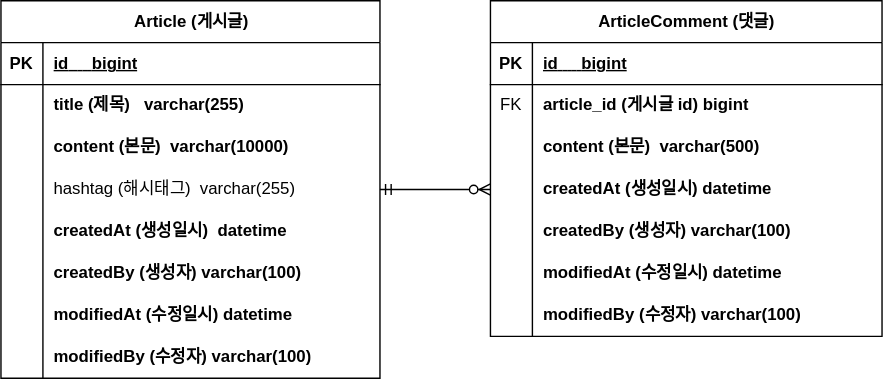
Above: document/board-project-erd.svg in hyojunnii/fastcampus-board-project (draw.io), before the change. Source tidied: cells renumbered, new cells last; positions are measured from the earlier drawing's top-left corner, leaving out a move shared by most shapes.
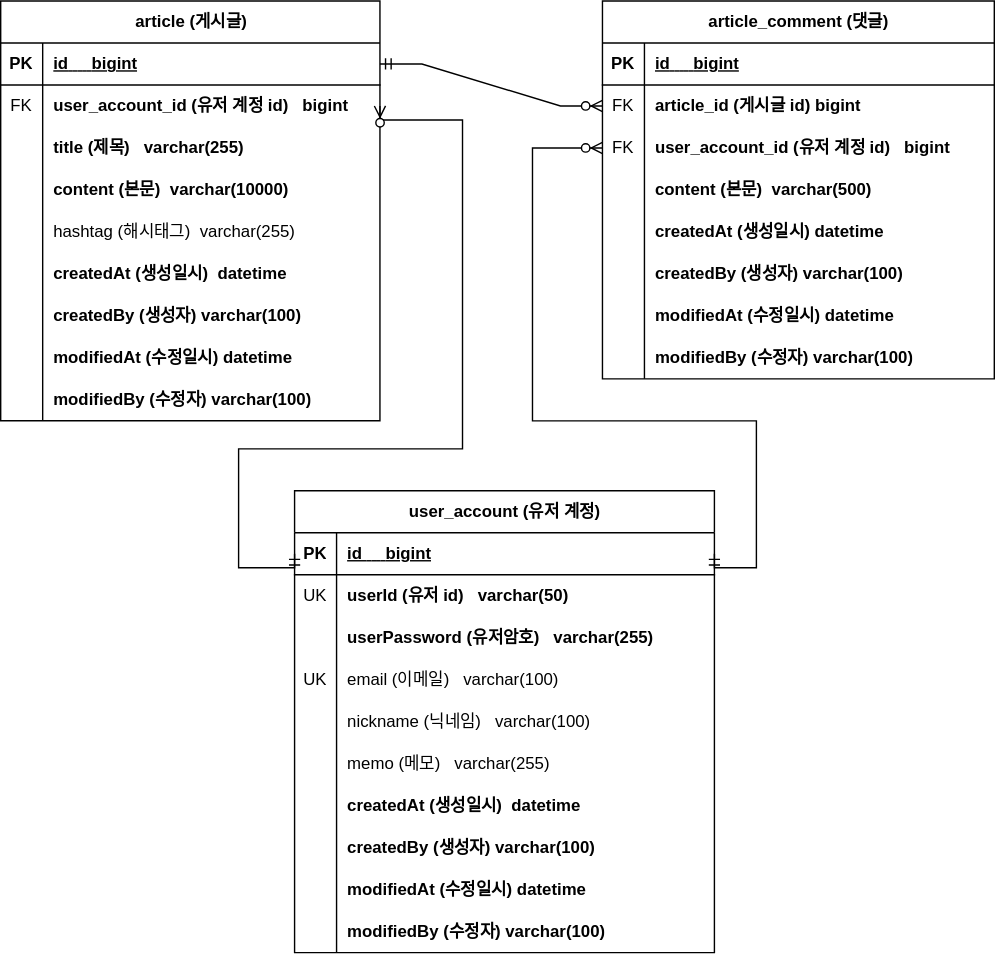
After the change.

Commit message:
#33 - erd 업데이트: 회원 계정 도메인 추가

Diff of the diagram source:
```diff
@@ -4,4 +4,4 @@
     <mxCell id="1" parent="0" />
-    <mxCell id="2" value="Article (게시글)" style="shape=table;startSize=30;rowLines=0;fontStyle=1;align=center;html=1;" parent="1" vertex="1">
-      <mxGeometry width="271" height="270" as="geometry" />
+    <mxCell id="2" value="article (게시글)" style="shape=table;startSize=30;rowLines=0;fontStyle=1;align=center;html=1;" parent="1" vertex="1">
+      <mxGeometry x="20" y="-160" width="271" height="300" as="geometry" />
     </mxCell>
@@ -19,10 +19,19 @@
     </mxCell>
-    <mxCell id="7" style="shape=partialRectangle;fillColor=none;top=0;left=0;bottom=0;right=0;overflow=hidden;whiteSpace=wrap;html=1;" parent="6" vertex="1">
+    <mxCell id="7" value="FK" style="shape=partialRectangle;fillColor=none;top=0;left=0;bottom=0;right=0;overflow=hidden;whiteSpace=wrap;html=1;" parent="6" vertex="1">
       <mxGeometry width="30" height="30" as="geometry" />
     </mxCell>
-    <mxCell id="8" value="title (제목)&lt;span style=&quot;white-space: pre;&quot;&gt; &lt;span style=&quot;white-space: pre;&quot;&gt; &lt;span style=&quot;white-space: pre;&quot;&gt; &lt;/span&gt;&lt;/span&gt;&lt;/span&gt;varchar(255)" style="shape=partialRectangle;fillColor=none;top=0;left=0;bottom=0;right=0;align=left;spacingLeft=6;overflow=hidden;whiteSpace=wrap;html=1;fontStyle=1;" parent="6" vertex="1">
+    <mxCell id="8" value="user_account_id (유저 계정 id)&amp;nbsp; &amp;nbsp;bigint" style="shape=partialRectangle;fillColor=none;top=0;left=0;bottom=0;right=0;align=left;spacingLeft=6;overflow=hidden;whiteSpace=wrap;html=1;fontStyle=1;" parent="6" vertex="1">
       <mxGeometry x="30" width="241" height="30" as="geometry" />
     </mxCell>
+    <mxCell id="50" style="shape=tableRow;horizontal=0;startSize=0;swimlaneHead=0;swimlaneBody=0;fillColor=none;top=0;left=0;right=0;bottom=0;" parent="2" vertex="1">
+      <mxGeometry y="90" width="271" height="30" as="geometry" />
+    </mxCell>
+    <mxCell id="51" style="shape=partialRectangle;fillColor=none;top=0;left=0;bottom=0;right=0;overflow=hidden;whiteSpace=wrap;html=1;" parent="50" vertex="1">
+      <mxGeometry width="30" height="30" as="geometry" />
+    </mxCell>
+    <mxCell id="52" value="title (제목)&lt;span style=&quot;white-space: pre;&quot;&gt; &lt;span style=&quot;white-space: pre;&quot;&gt; &lt;span style=&quot;white-space: pre;&quot;&gt; &lt;/span&gt;&lt;/span&gt;&lt;/span&gt;varchar(255)" style="shape=partialRectangle;fillColor=none;top=0;left=0;bottom=0;right=0;align=left;spacingLeft=6;overflow=hidden;whiteSpace=wrap;html=1;fontStyle=1;" parent="50" vertex="1">
+      <mxGeometry x="30" width="241" height="30" as="geometry" />
+    </mxCell>
     <mxCell id="9" style="shape=tableRow;horizontal=0;startSize=0;swimlaneHead=0;swimlaneBody=0;fillColor=none;top=0;left=0;right=0;bottom=0;" parent="2" vertex="1">
-      <mxGeometry y="90" width="271" height="30" as="geometry" />
+      <mxGeometry y="120" width="271" height="30" as="geometry" />
     </mxCell>
@@ -35,3 +44,3 @@
     <mxCell id="12" style="shape=tableRow;horizontal=0;startSize=0;swimlaneHead=0;swimlaneBody=0;fillColor=none;points=[[0,0.5],[1,0.5]];portConstraint=eastwest;top=0;left=0;right=0;bottom=0;" parent="2" vertex="1">
-      <mxGeometry y="120" width="271" height="30" as="geometry" />
+      <mxGeometry y="150" width="271" height="30" as="geometry" />
     </mxCell>
@@ -44,3 +53,3 @@
     <mxCell id="15" style="shape=tableRow;horizontal=0;startSize=0;swimlaneHead=0;swimlaneBody=0;fillColor=none;top=0;left=0;right=0;bottom=0;" parent="2" vertex="1">
-      <mxGeometry y="150" width="271" height="30" as="geometry" />
+      <mxGeometry y="180" width="271" height="30" as="geometry" />
     </mxCell>
@@ -53,3 +62,3 @@
     <mxCell id="18" style="shape=tableRow;horizontal=0;startSize=0;swimlaneHead=0;swimlaneBody=0;fillColor=none;top=0;left=0;right=0;bottom=0;" parent="2" vertex="1">
-      <mxGeometry y="180" width="271" height="30" as="geometry" />
+      <mxGeometry y="210" width="271" height="30" as="geometry" />
     </mxCell>
@@ -62,3 +71,3 @@
     <mxCell id="21" style="shape=tableRow;horizontal=0;startSize=0;swimlaneHead=0;swimlaneBody=0;fillColor=none;top=0;left=0;right=0;bottom=0;" parent="2" vertex="1">
-      <mxGeometry y="210" width="271" height="30" as="geometry" />
+      <mxGeometry y="240" width="271" height="30" as="geometry" />
     </mxCell>
@@ -71,3 +80,3 @@
     <mxCell id="24" style="shape=tableRow;horizontal=0;startSize=0;swimlaneHead=0;swimlaneBody=0;fillColor=none;top=0;left=0;right=0;bottom=0;" parent="2" vertex="1">
-      <mxGeometry y="240" width="271" height="30" as="geometry" />
+      <mxGeometry y="270" width="271" height="30" as="geometry" />
     </mxCell>
@@ -79,4 +88,4 @@
     </mxCell>
-    <mxCell id="27" value="ArticleComment (댓글)" style="shape=table;startSize=30;rowLines=0;fontStyle=1;align=center;html=1;" parent="1" vertex="1">
-      <mxGeometry x="350" width="280" height="240" as="geometry" />
+    <mxCell id="27" value="article_comment (댓글)" style="shape=table;startSize=30;rowLines=0;fontStyle=1;align=center;html=1;" parent="1" vertex="1">
+      <mxGeometry x="450" y="-160" width="280" height="270" as="geometry" />
     </mxCell>
@@ -91,4 +100,13 @@
     </mxCell>
+    <mxCell id="53" style="shape=tableRow;horizontal=0;startSize=0;swimlaneHead=0;swimlaneBody=0;fillColor=none;points=[[0,0.5],[1,0.5]];portConstraint=eastwest;top=0;left=0;right=0;bottom=0;" parent="27" vertex="1">
+      <mxGeometry y="60" width="280" height="30" as="geometry" />
+    </mxCell>
+    <mxCell id="54" value="FK" style="shape=partialRectangle;fillColor=none;top=0;left=0;bottom=0;right=0;overflow=hidden;whiteSpace=wrap;html=1;" parent="53" vertex="1">
+      <mxGeometry width="30" height="30" as="geometry" />
+    </mxCell>
+    <mxCell id="55" value="article_id (게시글 id)&lt;span style=&quot;white-space: pre;&quot;&gt; &lt;/span&gt;bigint" style="shape=partialRectangle;fillColor=none;top=0;left=0;bottom=0;right=0;align=left;spacingLeft=6;overflow=hidden;whiteSpace=wrap;html=1;fontStyle=1;" parent="53" vertex="1">
+      <mxGeometry x="30" width="250" height="30" as="geometry" />
+    </mxCell>
     <mxCell id="31" style="shape=tableRow;horizontal=0;startSize=0;swimlaneHead=0;swimlaneBody=0;fillColor=none;points=[[0,0.5],[1,0.5]];portConstraint=eastwest;top=0;left=0;right=0;bottom=0;" parent="27" vertex="1">
-      <mxGeometry y="60" width="280" height="30" as="geometry" />
+      <mxGeometry y="90" width="280" height="30" as="geometry" />
     </mxCell>
@@ -97,3 +115,3 @@
     </mxCell>
-    <mxCell id="33" value="article_id (게시글 id)&lt;span style=&quot;white-space: pre;&quot;&gt; &lt;/span&gt;bigint" style="shape=partialRectangle;fillColor=none;top=0;left=0;bottom=0;right=0;align=left;spacingLeft=6;overflow=hidden;whiteSpace=wrap;html=1;fontStyle=1;" parent="31" vertex="1">
+    <mxCell id="33" value="user_account_id (유저 계정 id)&amp;nbsp; &amp;nbsp;bigint" style="shape=partialRectangle;fillColor=none;top=0;left=0;bottom=0;right=0;align=left;spacingLeft=6;overflow=hidden;whiteSpace=wrap;html=1;fontStyle=1;" parent="31" vertex="1">
       <mxGeometry x="30" width="250" height="30" as="geometry" />
@@ -101,3 +119,3 @@
     <mxCell id="34" style="shape=tableRow;horizontal=0;startSize=0;swimlaneHead=0;swimlaneBody=0;fillColor=none;top=0;left=0;right=0;bottom=0;" parent="27" vertex="1">
-      <mxGeometry y="90" width="280" height="30" as="geometry" />
+      <mxGeometry y="120" width="280" height="30" as="geometry" />
     </mxCell>
@@ -110,3 +128,3 @@
     <mxCell id="37" style="shape=tableRow;horizontal=0;startSize=0;swimlaneHead=0;swimlaneBody=0;fillColor=none;points=[[0,0.5],[1,0.5]];portConstraint=eastwest;top=0;left=0;right=0;bottom=0;" parent="27" vertex="1">
-      <mxGeometry y="120" width="280" height="30" as="geometry" />
+      <mxGeometry y="150" width="280" height="30" as="geometry" />
     </mxCell>
@@ -119,3 +137,3 @@
     <mxCell id="40" style="shape=tableRow;horizontal=0;startSize=0;swimlaneHead=0;swimlaneBody=0;fillColor=none;top=0;left=0;right=0;bottom=0;" parent="27" vertex="1">
-      <mxGeometry y="150" width="280" height="30" as="geometry" />
+      <mxGeometry y="180" width="280" height="30" as="geometry" />
     </mxCell>
@@ -128,3 +146,3 @@
     <mxCell id="43" style="shape=tableRow;horizontal=0;startSize=0;swimlaneHead=0;swimlaneBody=0;fillColor=none;top=0;left=0;right=0;bottom=0;" parent="27" vertex="1">
-      <mxGeometry y="180" width="280" height="30" as="geometry" />
+      <mxGeometry y="210" width="280" height="30" as="geometry" />
     </mxCell>
@@ -137,3 +155,3 @@
     <mxCell id="46" style="shape=tableRow;horizontal=0;startSize=0;swimlaneHead=0;swimlaneBody=0;fillColor=none;top=0;left=0;right=0;bottom=0;" parent="27" vertex="1">
-      <mxGeometry y="210" width="280" height="30" as="geometry" />
+      <mxGeometry y="240" width="280" height="30" as="geometry" />
     </mxCell>
@@ -145,5 +163,121 @@
     </mxCell>
-    <mxCell id="49" style="edgeStyle=entityRelationEdgeStyle;fontSize=12;html=1;endArrow=ERzeroToMany;startArrow=ERmandOne;rounded=0;exitX=1;exitY=0.5;exitDx=0;exitDy=0;entryX=0;entryY=0.5;entryDx=0;entryDy=0;" parent="1" edge="1" source="12" target="37">
-      <mxGeometry relative="1" as="geometry" />
-    </mxCell>
+    <mxCell id="56" value="user_account (유저 계정)" style="shape=table;startSize=30;rowLines=0;fontStyle=1;align=center;html=1;" parent="1" vertex="1">
+      <mxGeometry x="230" y="190" width="300" height="330" as="geometry" />
+    </mxCell>
+    <mxCell id="57" style="shape=tableRow;horizontal=0;startSize=0;swimlaneHead=0;swimlaneBody=0;fillColor=none;points=[[0,0.5],[1,0.5]];portConstraint=eastwest;top=0;left=0;right=0;bottom=1;" parent="56" vertex="1">
+      <mxGeometry y="30" width="300" height="30" as="geometry" />
+    </mxCell>
+    <mxCell id="58" value="PK" style="shape=partialRectangle;fillColor=none;top=0;left=0;bottom=0;right=0;fontStyle=1;overflow=hidden;whiteSpace=wrap;html=1;" parent="57" vertex="1">
+      <mxGeometry width="30" height="30" as="geometry" />
+    </mxCell>
+    <mxCell id="59" value="id&lt;span style=&quot;white-space: pre;&quot;&gt; &lt;span style=&quot;white-space: pre;&quot;&gt; &lt;/span&gt;&lt;span style=&quot;white-space: pre;&quot;&gt; &lt;/span&gt;&lt;span style=&quot;white-space: pre;&quot;&gt; &lt;/span&gt;&lt;span style=&quot;white-space: pre;&quot;&gt; &lt;/span&gt;&lt;/span&gt;bigint" style="shape=partialRectangle;fillColor=none;top=0;left=0;bottom=0;right=0;align=left;spacingLeft=6;fontStyle=5;overflow=hidden;whiteSpace=wrap;html=1;" parent="57" vertex="1">
+      <mxGeometry x="30" width="270" height="30" as="geometry" />
+    </mxCell>
+    <mxCell id="60" style="shape=tableRow;horizontal=0;startSize=0;swimlaneHead=0;swimlaneBody=0;fillColor=none;top=0;left=0;right=0;bottom=0;" parent="56" vertex="1">
+      <mxGeometry y="60" width="300" height="30" as="geometry" />
+    </mxCell>
+    <mxCell id="61" value="UK" style="shape=partialRectangle;fillColor=none;top=0;left=0;bottom=0;right=0;overflow=hidden;whiteSpace=wrap;html=1;" parent="60" vertex="1">
+      <mxGeometry width="30" height="30" as="geometry" />
+    </mxCell>
+    <mxCell id="62" value="userId (유저 id)&amp;nbsp; &amp;nbsp;varchar(50)" style="shape=partialRectangle;fillColor=none;top=0;left=0;bottom=0;right=0;align=left;spacingLeft=6;overflow=hidden;whiteSpace=wrap;html=1;fontStyle=1;" parent="60" vertex="1">
+      <mxGeometry x="30" width="270" height="30" as="geometry" />
+    </mxCell>
+    <mxCell id="63" style="shape=tableRow;horizontal=0;startSize=0;swimlaneHead=0;swimlaneBody=0;fillColor=none;top=0;left=0;right=0;bottom=0;" parent="56" vertex="1">
+      <mxGeometry y="90" width="300" height="30" as="geometry" />
+    </mxCell>
+    <mxCell id="64" style="shape=partialRectangle;fillColor=none;top=0;left=0;bottom=0;right=0;overflow=hidden;whiteSpace=wrap;html=1;" parent="63" vertex="1">
+      <mxGeometry width="30" height="30" as="geometry" />
+    </mxCell>
+    <mxCell id="65" value="userPassword (유저암호)&amp;nbsp; &amp;nbsp;varchar(255)" style="shape=partialRectangle;fillColor=none;top=0;left=0;bottom=0;right=0;align=left;spacingLeft=6;overflow=hidden;whiteSpace=wrap;html=1;fontStyle=1;" parent="63" vertex="1">
+      <mxGeometry x="30" width="270" height="30" as="geometry" />
+    </mxCell>
+    <mxCell id="66" style="shape=tableRow;horizontal=0;startSize=0;swimlaneHead=0;swimlaneBody=0;fillColor=none;top=0;left=0;right=0;bottom=0;" parent="56" vertex="1">
+      <mxGeometry y="120" width="300" height="30" as="geometry" />
+    </mxCell>
+    <mxCell id="67" value="UK" style="shape=partialRectangle;fillColor=none;top=0;left=0;bottom=0;right=0;overflow=hidden;whiteSpace=wrap;html=1;" parent="66" vertex="1">
+      <mxGeometry width="30" height="30" as="geometry" />
+    </mxCell>
+    <mxCell id="68" value="&lt;span style=&quot;font-weight: normal;&quot;&gt;email (이메일)&amp;nbsp; &amp;nbsp;varchar(100)&lt;/span&gt;" style="shape=partialRectangle;fillColor=none;top=0;left=0;bottom=0;right=0;align=left;spacingLeft=6;overflow=hidden;whiteSpace=wrap;html=1;fontStyle=1;" parent="66" vertex="1">
+      <mxGeometry x="30" width="270" height="30" as="geometry" />
+    </mxCell>
+    <mxCell id="69" style="shape=tableRow;horizontal=0;startSize=0;swimlaneHead=0;swimlaneBody=0;fillColor=none;top=0;left=0;right=0;bottom=0;" parent="56" vertex="1">
+      <mxGeometry y="150" width="300" height="30" as="geometry" />
+    </mxCell>
+    <mxCell id="70" style="shape=partialRectangle;fillColor=none;top=0;left=0;bottom=0;right=0;overflow=hidden;whiteSpace=wrap;html=1;" parent="69" vertex="1">
+      <mxGeometry width="30" height="30" as="geometry" />
+    </mxCell>
+    <mxCell id="71" value="nickname (닉네임)&amp;nbsp; &amp;nbsp;varchar(100)" style="shape=partialRectangle;fillColor=none;top=0;left=0;bottom=0;right=0;align=left;spacingLeft=6;overflow=hidden;whiteSpace=wrap;html=1;" parent="69" vertex="1">
+      <mxGeometry x="30" width="270" height="30" as="geometry" />
+    </mxCell>
+    <mxCell id="72" style="shape=tableRow;horizontal=0;startSize=0;swimlaneHead=0;swimlaneBody=0;fillColor=none;top=0;left=0;right=0;bottom=0;" parent="56" vertex="1">
+      <mxGeometry y="180" width="300" height="30" as="geometry" />
+    </mxCell>
+    <mxCell id="73" style="shape=partialRectangle;fillColor=none;top=0;left=0;bottom=0;right=0;overflow=hidden;whiteSpace=wrap;html=1;" parent="72" vertex="1">
+      <mxGeometry width="30" height="30" as="geometry" />
+    </mxCell>
+    <mxCell id="74" value="memo (메모)&amp;nbsp; &amp;nbsp;varchar(255)" style="shape=partialRectangle;fillColor=none;top=0;left=0;bottom=0;right=0;align=left;spacingLeft=6;overflow=hidden;whiteSpace=wrap;html=1;" parent="72" vertex="1">
+      <mxGeometry x="30" width="270" height="30" as="geometry" />
+    </mxCell>
+    <mxCell id="75" style="shape=tableRow;horizontal=0;startSize=0;swimlaneHead=0;swimlaneBody=0;fillColor=none;top=0;left=0;right=0;bottom=0;" parent="56" vertex="1">
+      <mxGeometry y="210" width="300" height="30" as="geometry" />
+    </mxCell>
+    <mxCell id="76" style="shape=partialRectangle;fillColor=none;top=0;left=0;bottom=0;right=0;overflow=hidden;whiteSpace=wrap;html=1;" parent="75" vertex="1">
+      <mxGeometry width="30" height="30" as="geometry" />
+    </mxCell>
+    <mxCell id="77" value="createdAt (생성일시)&amp;nbsp;&lt;span style=&quot;white-space: pre;&quot;&gt; &lt;/span&gt;datetime" style="shape=partialRectangle;fillColor=none;top=0;left=0;bottom=0;right=0;align=left;spacingLeft=6;overflow=hidden;whiteSpace=wrap;html=1;fontStyle=1;" parent="75" vertex="1">
+      <mxGeometry x="30" width="270" height="30" as="geometry" />
+    </mxCell>
+    <mxCell id="78" style="shape=tableRow;horizontal=0;startSize=0;swimlaneHead=0;swimlaneBody=0;fillColor=none;top=0;left=0;right=0;bottom=0;" parent="56" vertex="1">
+      <mxGeometry y="240" width="300" height="30" as="geometry" />
+    </mxCell>
+    <mxCell id="79" style="shape=partialRectangle;fillColor=none;top=0;left=0;bottom=0;right=0;overflow=hidden;whiteSpace=wrap;html=1;" parent="78" vertex="1">
+      <mxGeometry width="30" height="30" as="geometry" />
+    </mxCell>
+    <mxCell id="80" value="createdBy (생성자)&lt;span style=&quot;white-space: pre;&quot;&gt; &lt;/span&gt;varchar(100)" style="shape=partialRectangle;fillColor=none;top=0;left=0;bottom=0;right=0;align=left;spacingLeft=6;overflow=hidden;whiteSpace=wrap;html=1;fontStyle=1;" parent="78" vertex="1">
+      <mxGeometry x="30" width="270" height="30" as="geometry" />
+    </mxCell>
+    <mxCell id="81" style="shape=tableRow;horizontal=0;startSize=0;swimlaneHead=0;swimlaneBody=0;fillColor=none;top=0;left=0;right=0;bottom=0;" parent="56" vertex="1">
+      <mxGeometry y="270" width="300" height="30" as="geometry" />
+    </mxCell>
+    <mxCell id="82" style="shape=partialRectangle;fillColor=none;top=0;left=0;bottom=0;right=0;overflow=hidden;whiteSpace=wrap;html=1;" parent="81" vertex="1">
+      <mxGeometry width="30" height="30" as="geometry" />
+    </mxCell>
+    <mxCell id="83" value="modifiedAt (수정일시)&lt;span style=&quot;white-space: pre;&quot;&gt; &lt;/span&gt;datetime" style="shape=partialRectangle;fillColor=none;top=0;left=0;bottom=0;right=0;align=left;spacingLeft=6;overflow=hidden;whiteSpace=wrap;html=1;fontStyle=1;" parent="81" vertex="1">
+      <mxGeometry x="30" width="270" height="30" as="geometry" />
+    </mxCell>
+    <mxCell id="84" style="shape=tableRow;horizontal=0;startSize=0;swimlaneHead=0;swimlaneBody=0;fillColor=none;top=0;left=0;right=0;bottom=0;" parent="56" vertex="1">
+      <mxGeometry y="300" width="300" height="30" as="geometry" />
+    </mxCell>
+    <mxCell id="85" style="shape=partialRectangle;fillColor=none;top=0;left=0;bottom=0;right=0;overflow=hidden;whiteSpace=wrap;html=1;" parent="84" vertex="1">
+      <mxGeometry width="30" height="30" as="geometry" />
+    </mxCell>
+    <mxCell id="86" value="modifiedBy (수정자)&lt;span style=&quot;white-space: pre;&quot;&gt; &lt;/span&gt;varchar(100)" style="shape=partialRectangle;fillColor=none;top=0;left=0;bottom=0;right=0;align=left;spacingLeft=6;overflow=hidden;whiteSpace=wrap;html=1;fontStyle=1;" parent="84" vertex="1">
+      <mxGeometry x="30" width="270" height="30" as="geometry" />
+    </mxCell>
+    <mxCell id="87" style="edgeStyle=entityRelationEdgeStyle;fontSize=12;html=1;endArrow=ERzeroToMany;startArrow=ERmandOne;rounded=0;exitX=1;exitY=0.5;exitDx=0;exitDy=0;entryX=0;entryY=0.5;entryDx=0;entryDy=0;" parent="1" edge="1" source="3" target="53">
+      <mxGeometry relative="1" as="geometry" />
+    </mxCell>
+    <mxCell id="88" style="edgeStyle=orthogonalEdgeStyle;fontSize=12;html=1;endArrow=ERzeroToMany;startArrow=ERmandOne;rounded=0;entryX=1;entryY=0.5;entryDx=0;entryDy=0;exitX=0;exitY=0.5;exitDx=0;exitDy=0;elbow=vertical;" parent="1" edge="1" source="57" target="6">
+      <mxGeometry relative="1" as="geometry">
+        <Array as="points">
+          <mxPoint x="230" y="245" />
+          <mxPoint x="190" y="245" />
+          <mxPoint x="190" y="160" />
+          <mxPoint x="350" y="160" />
+          <mxPoint x="350" y="-75" />
+          <mxPoint x="291" y="-75" />
+        </Array>
+      </mxGeometry>
+    </mxCell>
+    <mxCell id="89" style="edgeStyle=orthogonalEdgeStyle;fontSize=12;html=1;endArrow=ERzeroToMany;startArrow=ERmandOne;rounded=0;entryX=0;entryY=0.5;entryDx=0;entryDy=0;exitX=1;exitY=0.5;exitDx=0;exitDy=0;" parent="1" edge="1" source="57" target="31">
+      <mxGeometry relative="1" as="geometry">
+        <Array as="points">
+          <mxPoint x="530" y="245" />
+          <mxPoint x="560" y="245" />
+          <mxPoint x="560" y="140" />
+          <mxPoint x="400" y="140" />
+          <mxPoint x="400" y="-55" />
+        </Array>
+      </mxGeometry>
+    </mxCell>
   </root>
```
